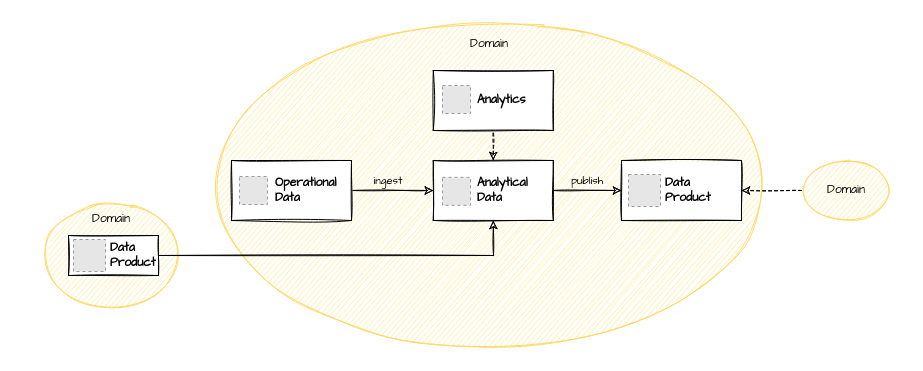
Earlier version of the draw.io diagram diagrams/domainteamjourney_level4.drawio (datamesh-architecture/datamesh-architecture.com). Source tidied: cells renumbered, new cells numbered last; positions are measured from the earlier drawing's top-left corner, leaving out a move shared by most shapes. Both pictures are drawn from the tidied source at 100%, with x=0, y=0 at pixel (17, 17). Pictures stored in the file or linked from it are replaced by grey dashed boxes.
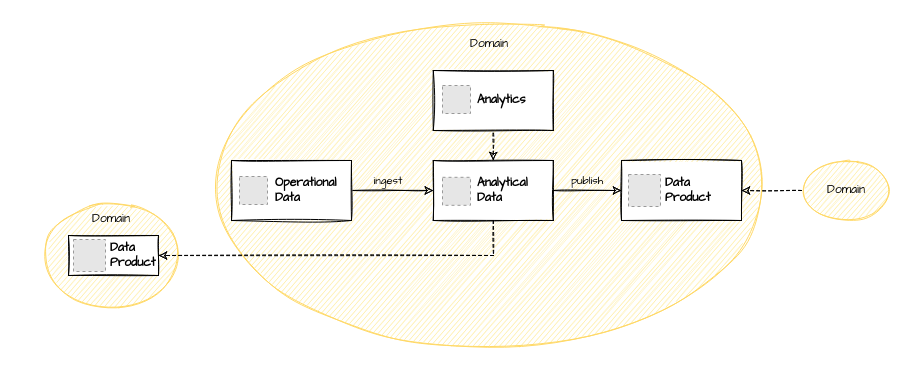
After the change.

The change refers to these unchanged cells:
```xml
<mxCell id="19" value="Analytical &lt;br&gt;Data" style="rounded=0;whiteSpace=wrap;html=1;fontStyle=1;sketch=1;fontFamily=Architects Daughter;align=left;spacingLeft=42;" parent="18" vertex="1">
  <mxGeometry width="120" height="60" as="geometry" />
</mxCell>
<mxCell id="25" value="Data Product" style="rounded=0;whiteSpace=wrap;html=1;fontStyle=1;sketch=1;fontFamily=Architects Daughter;spacingLeft=40;align=left;" parent="24" vertex="1">
  <mxGeometry width="90" height="40" as="geometry" />
</mxCell>
```

Change to the diagram source:
```diff
@@
-    <mxCell id="11" style="rounded=0;jettySize=auto;html=1;entryX=1;entryY=0.5;entryDx=0;entryDy=0;startArrow=classic;startFill=1;endArrow=none;endFill=0;exitX=0.5;exitY=1;exitDx=0;exitDy=0;sketch=1;fontFamily=Architects Daughter;" parent="1" edge="1" source="19" target="25">
+    <mxCell id="11" style="rounded=0;jettySize=auto;html=1;entryX=1;entryY=0.5;entryDx=0;entryDy=0;startArrow=none;startFill=0;endArrow=classic;endFill=1;exitX=0.5;exitY=1;exitDx=0;exitDy=0;sketch=1;fontFamily=Architects Daughter;dashed=1;" parent="1" edge="1" source="19" target="25">
       <mxGeometry relative="1" as="geometry">
         <Array as="points">
           <mxPoint x="476" y="238" />
         </Array>
       </mxGeometry>
     </mxCell>
```
